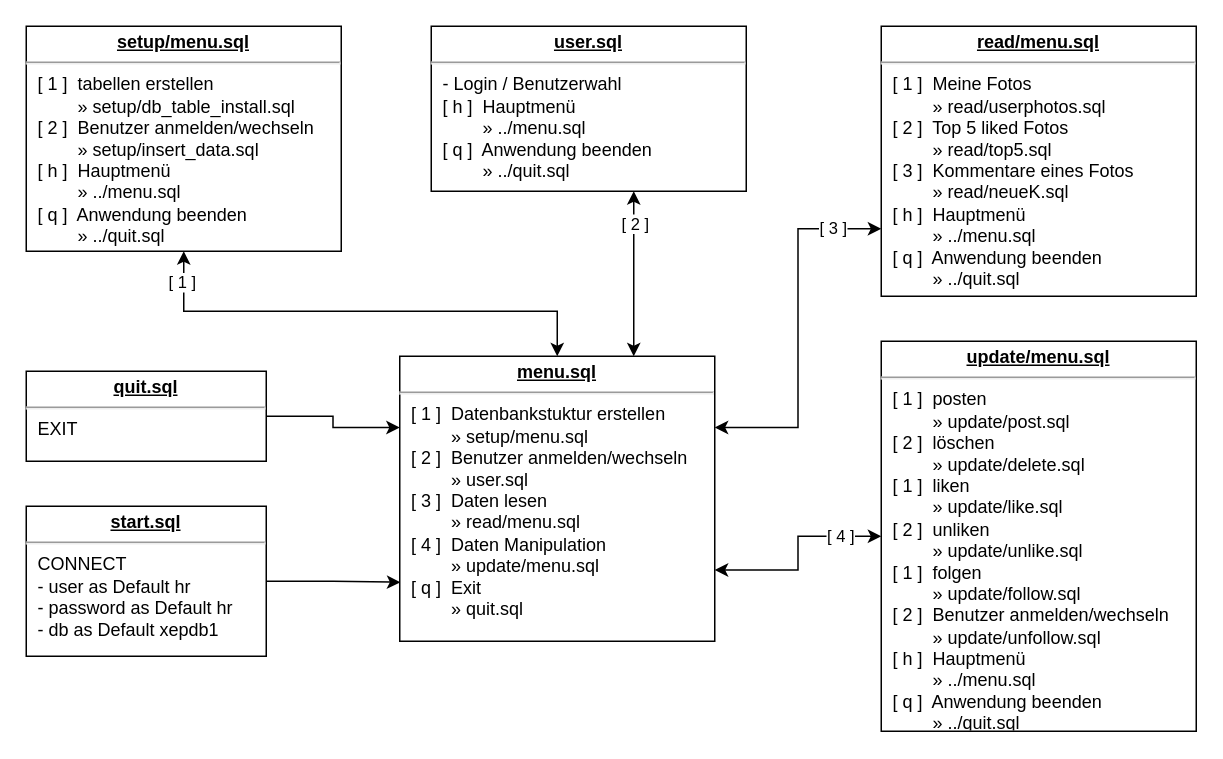
Above: seismik/documentation/img/menugestaltung.drawio in Axklen/projects_IT33 (draw.io), before the change. Source tidied: cells renumbered, new cells numbered last; positions are measured from the earlier drawing's top-left corner, leaving out a move shared by most shapes. Both pictures are drawn from the tidied source at 150%, with x=0, y=0 at pixel (26, 26).
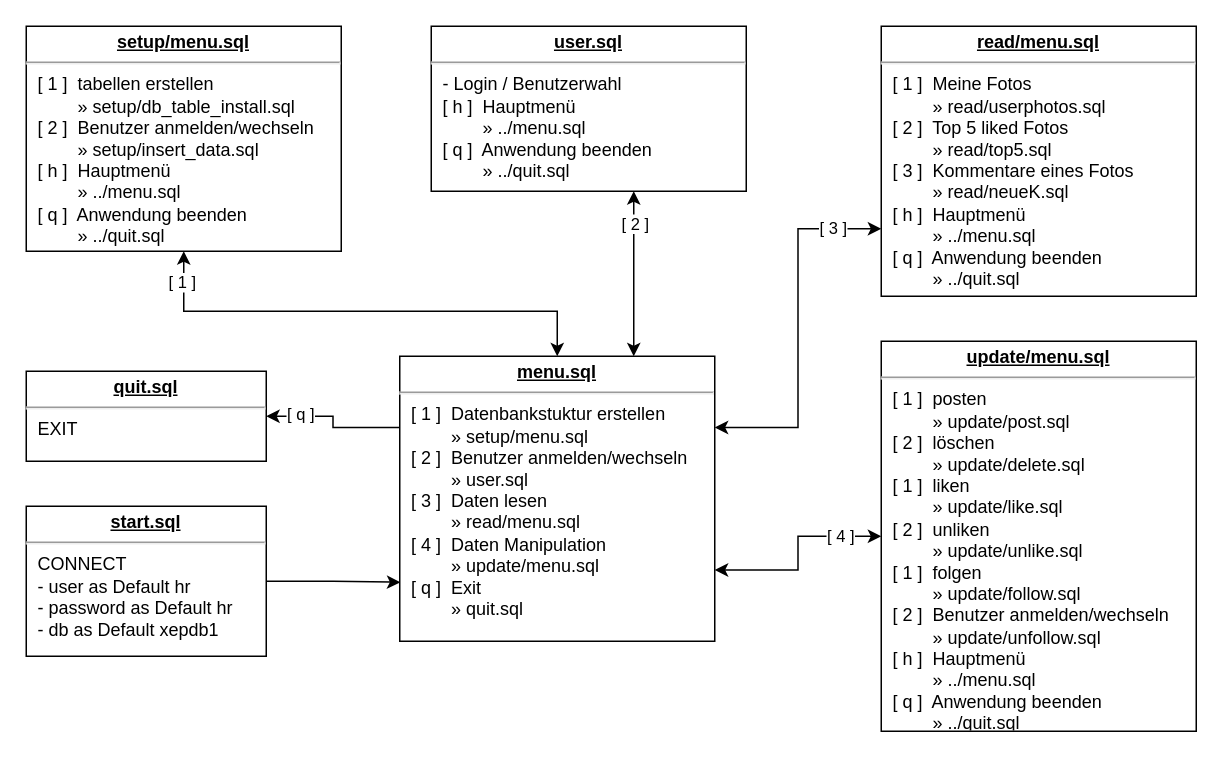
After the change.

The change refers to these unchanged cells:
```xml
<mxCell id="8" value="&lt;p style=&quot;margin: 0px ; margin-top: 4px ; text-align: center ; text-decoration: underline&quot;&gt;&lt;b&gt;menu.sql&lt;/b&gt;&lt;/p&gt;&lt;hr&gt;&lt;p style=&quot;margin: 0px ; margin-left: 8px&quot;&gt;&lt;span&gt;[ 1 ]&amp;nbsp; Datenbankstuktur erstellen&lt;/span&gt;&lt;/p&gt;&lt;p style=&quot;margin: 0px ; margin-left: 8px&quot;&gt;&lt;span style=&quot;white-space: pre&quot;&gt;&#9;&lt;/span&gt;»&amp;nbsp;setup/menu.sql&lt;br&gt;&lt;/p&gt;&lt;p style=&quot;margin: 0px ; margin-left: 8px&quot;&gt;&lt;span&gt;[ 2 ]&amp;nbsp; Benutzer anmelden/wechseln&lt;/span&gt;&lt;/p&gt;&lt;p style=&quot;margin: 0px ; margin-left: 8px&quot;&gt;&lt;span&gt;&lt;span style=&quot;white-space: pre&quot;&gt;&#9;&lt;/span&gt;»&amp;nbsp;user.sql&lt;br&gt;&lt;/span&gt;&lt;/p&gt;&lt;p style=&quot;margin: 0px ; margin-left: 8px&quot;&gt;&lt;span&gt;[ 3 ]&amp;nbsp; Daten lesen&lt;/span&gt;&lt;/p&gt;&lt;p style=&quot;margin: 0px ; margin-left: 8px&quot;&gt;&lt;span&gt;&lt;span style=&quot;white-space: pre&quot;&gt;&#9;&lt;/span&gt;»&amp;nbsp;read/menu.sql&lt;br&gt;&lt;/span&gt;&lt;/p&gt;&lt;p style=&quot;margin: 0px ; margin-left: 8px&quot;&gt;&lt;span&gt;[ 4 ]&amp;nbsp; Daten Manipulation&lt;/span&gt;&lt;/p&gt;&lt;p style=&quot;margin: 0px ; margin-left: 8px&quot;&gt;&lt;span&gt;&lt;span style=&quot;white-space: pre&quot;&gt;&#9;&lt;/span&gt;»&amp;nbsp;update/menu.sql&lt;br&gt;&lt;/span&gt;&lt;/p&gt;&lt;p style=&quot;margin: 0px ; margin-left: 8px&quot;&gt;&lt;span&gt;[ q ]&amp;nbsp; Exit&lt;/span&gt;&lt;/p&gt;&lt;p style=&quot;margin: 0px ; margin-left: 8px&quot;&gt;&lt;span&gt;&lt;span style=&quot;white-space: pre&quot;&gt;&#9;&lt;/span&gt;» quit.sql&lt;br&gt;&lt;/span&gt;&lt;/p&gt;" style="verticalAlign=top;align=left;overflow=fill;fontSize=12;fontFamily=Helvetica;html=1;" parent="1" vertex="1">
  <mxGeometry x="249" y="220" width="210" height="190" as="geometry" />
</mxCell>
<mxCell id="12" value="&lt;p style=&quot;margin: 0px ; margin-top: 4px ; text-align: center ; text-decoration: underline&quot;&gt;&lt;b&gt;quit.sql&lt;/b&gt;&lt;/p&gt;&lt;hr&gt;&lt;p style=&quot;margin: 0px ; margin-left: 8px&quot;&gt;&lt;span&gt;EXIT&amp;nbsp;&lt;/span&gt;&lt;br&gt;&lt;/p&gt;" style="verticalAlign=top;align=left;overflow=fill;fontSize=12;fontFamily=Helvetica;html=1;" parent="1" vertex="1">
  <mxGeometry y="230" width="160" height="60" as="geometry" />
</mxCell>
```

What changed in the source:
```diff
@@
-    <mxCell id="11" style="edgeStyle=orthogonalEdgeStyle;rounded=0;jettySize=auto;html=1;exitX=1;exitY=0.5;exitDx=0;exitDy=0;entryX=0;entryY=0.25;entryDx=0;entryDy=0;startArrow=none;startFill=0;" parent="1" edge="1" source="12" target="8">
+    <mxCell id="11" style="edgeStyle=orthogonalEdgeStyle;rounded=0;jettySize=auto;html=1;exitX=1;exitY=0.5;exitDx=0;exitDy=0;entryX=0;entryY=0.25;entryDx=0;entryDy=0;startArrow=classic;startFill=1;endArrow=none;endFill=0;" parent="1" edge="1" source="12" target="8">
       <mxGeometry relative="1" as="geometry" />
     </mxCell>
@@
+    <mxCell id="19" value="[ q ]" style="edgeLabel;html=1;align=center;verticalAlign=middle;" parent="1" vertex="1">
+      <mxGeometry x="185" y="270" as="geometry">
+        <mxPoint x="-3" y="-12" as="offset" />
+      </mxGeometry>
+    </mxCell>
```
